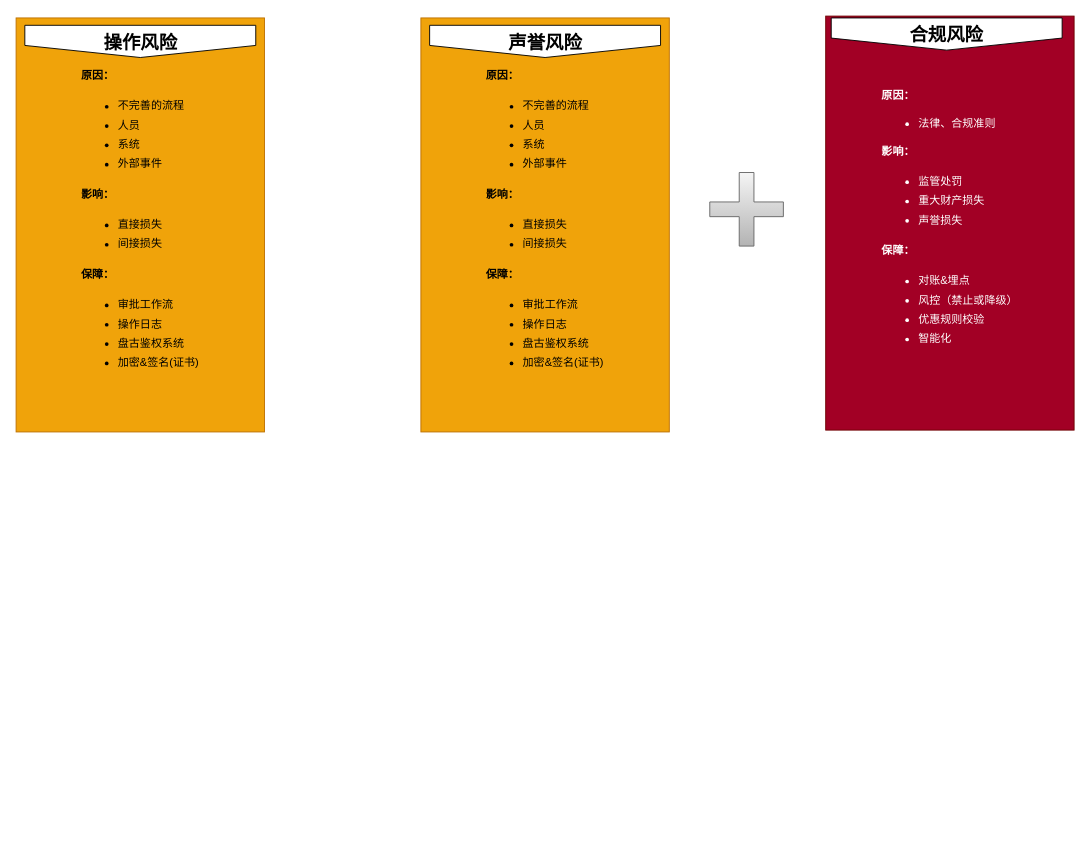
Above: page "Page-2" (3 of 11) of src/flow.drawio in zengcrvip/basedemo (draw.io), before the change. Source tidied: cells renumbered, new cells numbered last; positions are measured from the earlier drawing's top-left corner, leaving out a move shared by most shapes. Both pictures are drawn from the tidied source at 92%, with x=0, y=0 at pixel (16, 16).
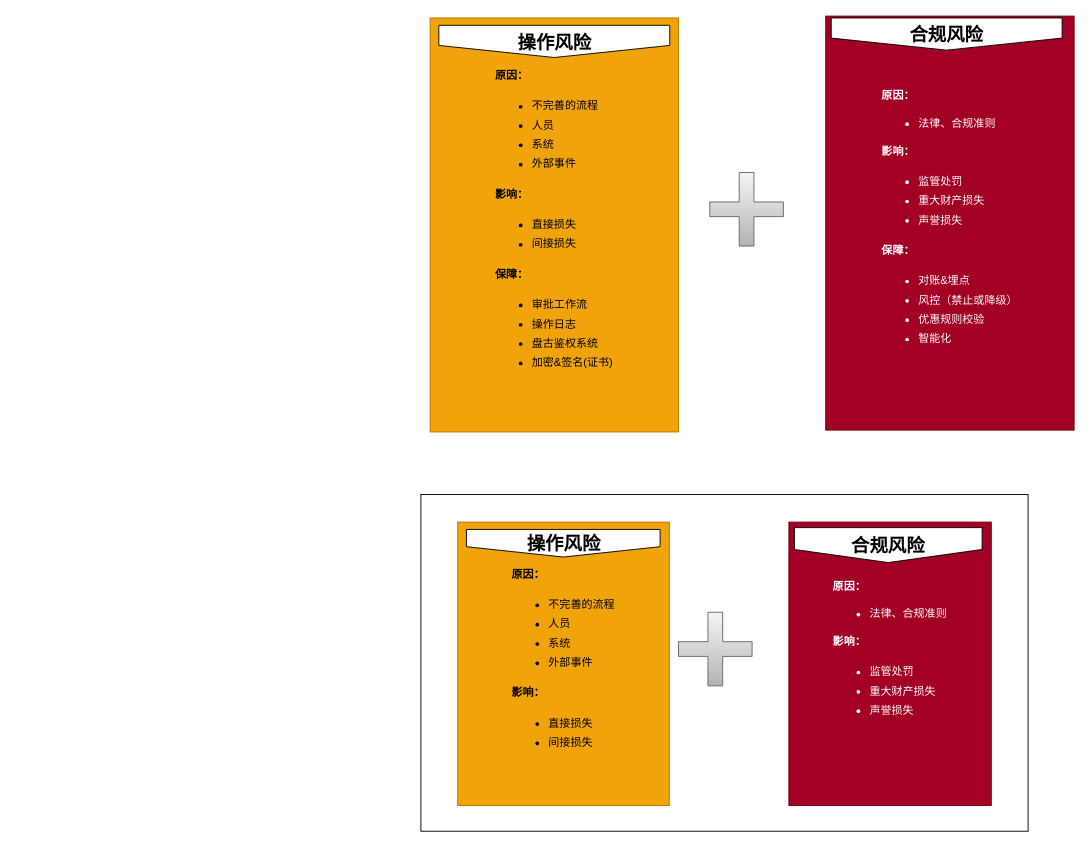
Above is the later version.

Diff of the diagram source:
```diff
@@
 <mxGraphModel>
   <root>
     <mxCell id="0" />
     <mxCell id="1" parent="0" />
     <mxCell id="2" value="&lt;div style=&quot;text-align: left ; line-height: 1.75&quot;&gt;&lt;div&gt;&lt;b&gt;原因：&lt;/b&gt;&lt;/div&gt;&lt;ul&gt;&lt;li&gt;不完善的流程&lt;/li&gt;&lt;li&gt;人员&lt;/li&gt;&lt;li&gt;系统&lt;/li&gt;&lt;li&gt;外部事件&lt;/li&gt;&lt;/ul&gt;&lt;div&gt;&lt;b&gt;影响：&lt;/b&gt;&lt;/div&gt;&lt;ul&gt;&lt;li&gt;直接损失&lt;/li&gt;&lt;li&gt;间接损失&lt;/li&gt;&lt;/ul&gt;&lt;div&gt;&lt;b&gt;保障：&lt;/b&gt;&lt;/div&gt;&lt;div&gt;&lt;ul&gt;&lt;li&gt;审批工作流&lt;/li&gt;&lt;li&gt;操作日志&lt;/li&gt;&lt;li&gt;盘古鉴权系统&lt;/li&gt;&lt;li&gt;加密&amp;amp;签名(证书)&lt;/li&gt;&lt;/ul&gt;&lt;/div&gt;&lt;/div&gt;" style="rounded=0;whiteSpace=wrap;html=1;fillColor=#f0a30a;fontColor=#000000;strokeColor=#BD7000;" parent="1" vertex="1">
-      <mxGeometry y="2" width="270" height="450" as="geometry" />
+      <mxGeometry x="450" y="2" width="270" height="450" as="geometry" />
     </mxCell>
     <mxCell id="3" value="&lt;font style=&quot;font-size: 20px&quot;&gt;&lt;b&gt;操作风险&lt;/b&gt;&lt;/font&gt;" style="shape=offPageConnector;whiteSpace=wrap;html=1;" parent="1" vertex="1">
-      <mxGeometry x="9.5" y="10" width="251" height="35" as="geometry" />
+      <mxGeometry x="459.5" y="10" width="251" height="35" as="geometry" />
     </mxCell>
     <mxCell id="4" value="&lt;div style=&quot;text-align: left ; line-height: 1.75&quot;&gt;&lt;span&gt;&lt;b&gt;原因：&lt;/b&gt;&lt;/span&gt;&lt;br&gt;&lt;/div&gt;&lt;ul style=&quot;text-align: left&quot;&gt;&lt;li&gt;法律、合规准则&lt;/li&gt;&lt;/ul&gt;&lt;div style=&quot;text-align: left ; line-height: 1.75&quot;&gt;&lt;b&gt;影响：&lt;/b&gt;&lt;/div&gt;&lt;div style=&quot;text-align: left ; line-height: 1.75&quot;&gt;&lt;ul&gt;&lt;li&gt;监管处罚&lt;/li&gt;&lt;li&gt;重大财产损失&lt;/li&gt;&lt;li&gt;声誉损失&lt;/li&gt;&lt;/ul&gt;&lt;/div&gt;&lt;div style=&quot;text-align: left ; line-height: 1.75&quot;&gt;&lt;b&gt;保障：&lt;/b&gt;&lt;/div&gt;&lt;div style=&quot;text-align: left ; line-height: 1.75&quot;&gt;&lt;ul&gt;&lt;li&gt;对账&amp;amp;埋点&lt;/li&gt;&lt;li&gt;风控（禁止或降级）&lt;/li&gt;&lt;li&gt;优惠规则校验&lt;/li&gt;&lt;li&gt;智能化&lt;/li&gt;&lt;/ul&gt;&lt;/div&gt;" style="rounded=0;whiteSpace=wrap;html=1;fillColor=#a20025;fontColor=#ffffff;strokeColor=#6F0000;" parent="1" vertex="1">
       <mxGeometry x="880" width="270" height="450" as="geometry" />
     </mxCell>
     <mxCell id="5" value="&lt;font style=&quot;font-size: 20px&quot;&gt;&lt;b&gt;合规风险&lt;/b&gt;&lt;/font&gt;" style="shape=offPageConnector;whiteSpace=wrap;html=1;" parent="1" vertex="1">
       <mxGeometry x="886" y="2" width="251" height="35" as="geometry" />
     </mxCell>
     <mxCell id="6" style="shape=cross;whiteSpace=wrap;html=1;fontSize=18;fillColor=#f5f5f5;strokeColor=#666666;gradientColor=#b3b3b3;" parent="1" vertex="1">
       <mxGeometry x="754" y="170" width="80" height="80" as="geometry" />
     </mxCell>
-    <mxCell id="7" value="&lt;div style=&quot;text-align: left ; line-height: 1.75&quot;&gt;&lt;div&gt;&lt;b&gt;原因：&lt;/b&gt;&lt;/div&gt;&lt;ul&gt;&lt;li&gt;不完善的流程&lt;/li&gt;&lt;li&gt;人员&lt;/li&gt;&lt;li&gt;系统&lt;/li&gt;&lt;li&gt;外部事件&lt;/li&gt;&lt;/ul&gt;&lt;div&gt;&lt;b&gt;影响：&lt;/b&gt;&lt;/div&gt;&lt;ul&gt;&lt;li&gt;直接损失&lt;/li&gt;&lt;li&gt;间接损失&lt;/li&gt;&lt;/ul&gt;&lt;div&gt;&lt;b&gt;保障：&lt;/b&gt;&lt;/div&gt;&lt;div&gt;&lt;ul&gt;&lt;li&gt;审批工作流&lt;/li&gt;&lt;li&gt;操作日志&lt;/li&gt;&lt;li&gt;盘古鉴权系统&lt;/li&gt;&lt;li&gt;加密&amp;amp;签名(证书)&lt;/li&gt;&lt;/ul&gt;&lt;/div&gt;&lt;/div&gt;" style="rounded=0;whiteSpace=wrap;html=1;fillColor=#f0a30a;fontColor=#000000;strokeColor=#BD7000;" parent="1" vertex="1">
-      <mxGeometry x="440" y="2" width="270" height="450" as="geometry" />
-    </mxCell>
-    <mxCell id="8" value="&lt;font style=&quot;font-size: 20px&quot;&gt;&lt;b&gt;声誉风险&lt;/b&gt;&lt;/font&gt;" style="shape=offPageConnector;whiteSpace=wrap;html=1;" parent="1" vertex="1">
-      <mxGeometry x="449.5" y="10" width="251" height="35" as="geometry" />
-    </mxCell>
+    <mxCell id="9" style="rounded=0;whiteSpace=wrap;html=1;fontSize=16;strokeWidth=1;" parent="1" vertex="1">
+      <mxGeometry x="440" y="520" width="660" height="366" as="geometry" />
+    </mxCell>
+    <mxCell id="10" value="&lt;div style=&quot;text-align: left ; line-height: 1.75&quot;&gt;&lt;div&gt;&lt;b&gt;原因：&lt;/b&gt;&lt;/div&gt;&lt;ul&gt;&lt;li&gt;不完善的流程&lt;/li&gt;&lt;li&gt;人员&lt;/li&gt;&lt;li&gt;系统&lt;/li&gt;&lt;li&gt;外部事件&lt;/li&gt;&lt;/ul&gt;&lt;div&gt;&lt;b&gt;影响：&lt;/b&gt;&lt;/div&gt;&lt;ul&gt;&lt;li&gt;直接损失&lt;/li&gt;&lt;li&gt;间接损失&lt;/li&gt;&lt;/ul&gt;&lt;/div&gt;" style="rounded=0;whiteSpace=wrap;html=1;fillColor=#f0a30a;fontColor=#000000;strokeColor=#BD7000;" parent="1" vertex="1">
+      <mxGeometry x="480" y="550" width="230" height="308" as="geometry" />
+    </mxCell>
+    <mxCell id="11" value="&lt;font style=&quot;font-size: 20px&quot;&gt;&lt;b&gt;操作风险&lt;/b&gt;&lt;/font&gt;" style="shape=offPageConnector;whiteSpace=wrap;html=1;" parent="1" vertex="1">
+      <mxGeometry x="489.5" y="558" width="210.5" height="30" as="geometry" />
+    </mxCell>
+    <mxCell id="12" value="&lt;div style=&quot;text-align: left ; line-height: 1.75&quot;&gt;&lt;span&gt;&lt;b&gt;原因：&lt;/b&gt;&lt;/span&gt;&lt;br&gt;&lt;/div&gt;&lt;ul style=&quot;text-align: left&quot;&gt;&lt;li&gt;法律、合规准则&lt;/li&gt;&lt;/ul&gt;&lt;div style=&quot;text-align: left ; line-height: 1.75&quot;&gt;&lt;b&gt;影响：&lt;/b&gt;&lt;/div&gt;&lt;div style=&quot;text-align: left ; line-height: 1.75&quot;&gt;&lt;ul&gt;&lt;li&gt;监管处罚&lt;/li&gt;&lt;li&gt;重大财产损失&lt;/li&gt;&lt;li&gt;声誉损失&lt;/li&gt;&lt;/ul&gt;&lt;/div&gt;&lt;div style=&quot;text-align: left ; line-height: 1.75&quot;&gt;&lt;br&gt;&lt;/div&gt;" style="rounded=0;whiteSpace=wrap;html=1;fillColor=#a20025;fontColor=#ffffff;strokeColor=#6F0000;" parent="1" vertex="1">
+      <mxGeometry x="840" y="550" width="220" height="308" as="geometry" />
+    </mxCell>
+    <mxCell id="13" value="&lt;font style=&quot;font-size: 20px&quot;&gt;&lt;b&gt;合规风险&lt;/b&gt;&lt;/font&gt;" style="shape=offPageConnector;whiteSpace=wrap;html=1;" parent="1" vertex="1">
+      <mxGeometry x="846" y="556" width="204" height="38" as="geometry" />
+    </mxCell>
+    <mxCell id="14" style="shape=cross;whiteSpace=wrap;html=1;fontSize=18;fillColor=#f5f5f5;strokeColor=#666666;gradientColor=#b3b3b3;" parent="1" vertex="1">
+      <mxGeometry x="720" y="648" width="80" height="80" as="geometry" />
+    </mxCell>
   </root>
 </mxGraphModel>
```
